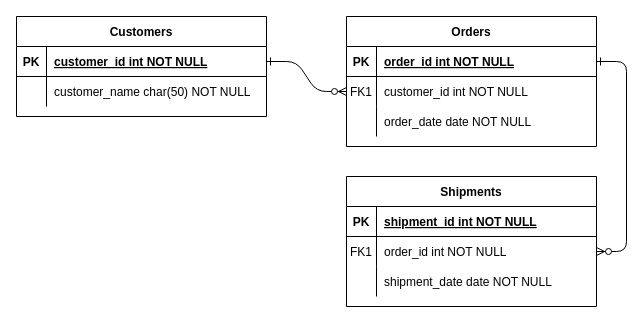
Earlier version of the draw.io diagram ERD_bitcoin_gold.drawio (cohet3/Diagramas). Source tidied: cells renumbered, new cells numbered last; positions are measured from the earlier drawing's top-left corner, leaving out a move shared by most shapes. Both pictures are drawn from the tidied source at 100%, with x=0, y=0 at pixel (16, 16).
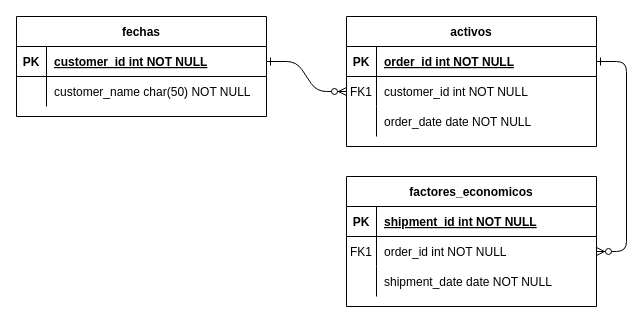
The same diagram, later.

The edit, as a diff of the source:
```diff
@@
-    <mxCell id="4" value="Orders" style="shape=table;startSize=30;childLayout=tableLayout;rowLines=0;fontStyle=1;align=center;" parent="1" vertex="1">
+    <mxCell id="4" value="activos" style="shape=table;startSize=30;childLayout=tableLayout;rowLines=0;fontStyle=1;align=center;" parent="1" vertex="1">
       <mxGeometry x="330" width="250" height="130" as="geometry" />
     </mxCell>
@@
-    <mxCell id="14" value="Shipments" style="shape=table;startSize=30;childLayout=tableLayout;rowLines=0;fontStyle=1;align=center;" parent="1" vertex="1">
+    <mxCell id="14" value="factores_economicos" style="shape=table;startSize=30;childLayout=tableLayout;rowLines=0;fontStyle=1;align=center;" parent="1" vertex="1">
       <mxGeometry x="330" y="160" width="250" height="130" as="geometry" />
     </mxCell>
@@
-    <mxCell id="24" value="Customers" style="shape=table;startSize=30;childLayout=tableLayout;rowLines=0;fontStyle=1;align=center;" parent="1" vertex="1">
+    <mxCell id="24" value="fechas" style="shape=table;startSize=30;childLayout=tableLayout;rowLines=0;fontStyle=1;align=center;" parent="1" vertex="1">
       <mxGeometry width="250" height="100" as="geometry" />
     </mxCell>
```
